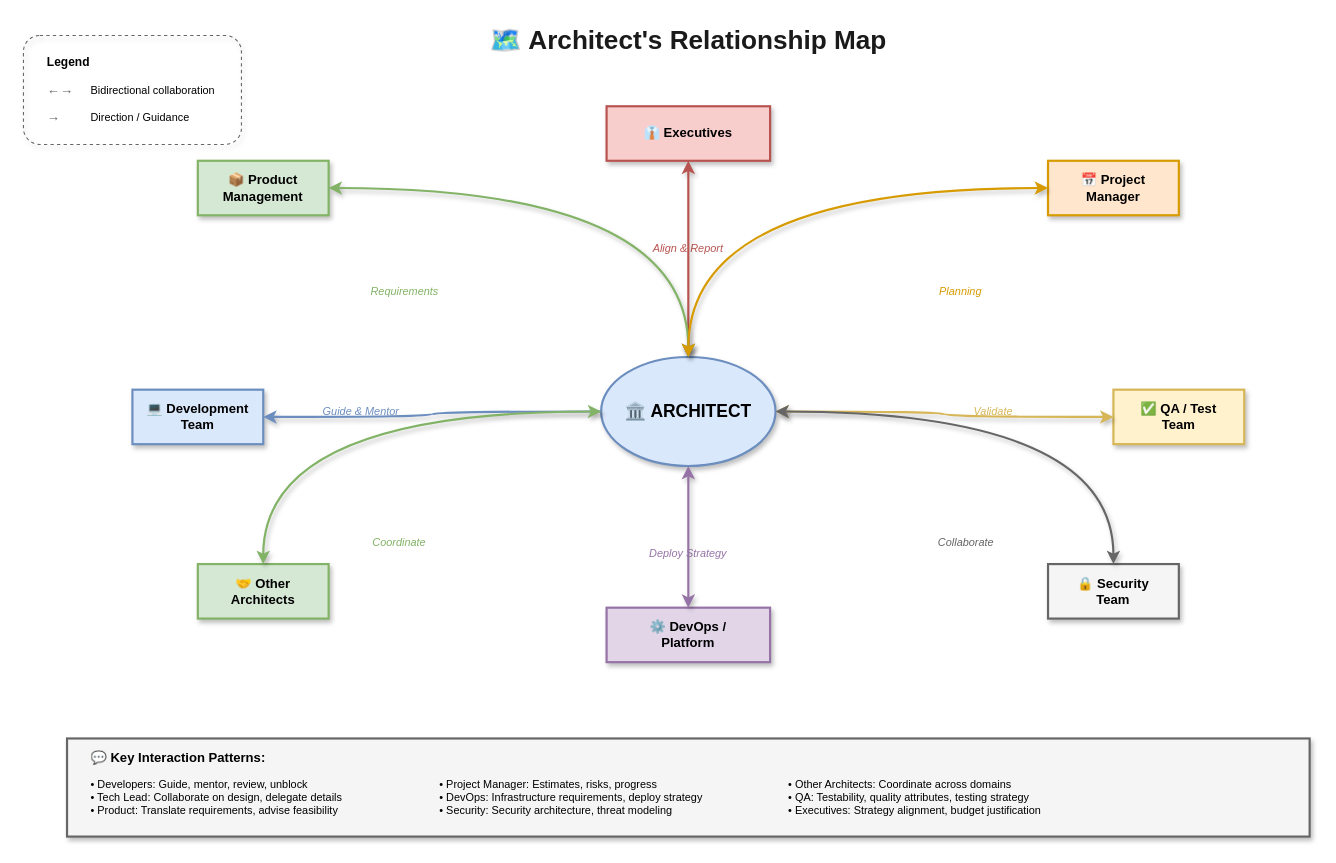
This is lesson-00-software-architect-overview/02-organizational-positioning/2.5-relationship-map.drawio from MrParkerZ7/mono-lesson-software-architect-x-claude, a draw.io file, before an edit. Source tidied: cells renumbered, new cells numbered last; positions are measured from the earlier drawing's top-left corner, leaving out a move shared by most shapes. Both pictures are drawn from the tidied source at 109%, with x=0, y=0 at pixel (23, 19).
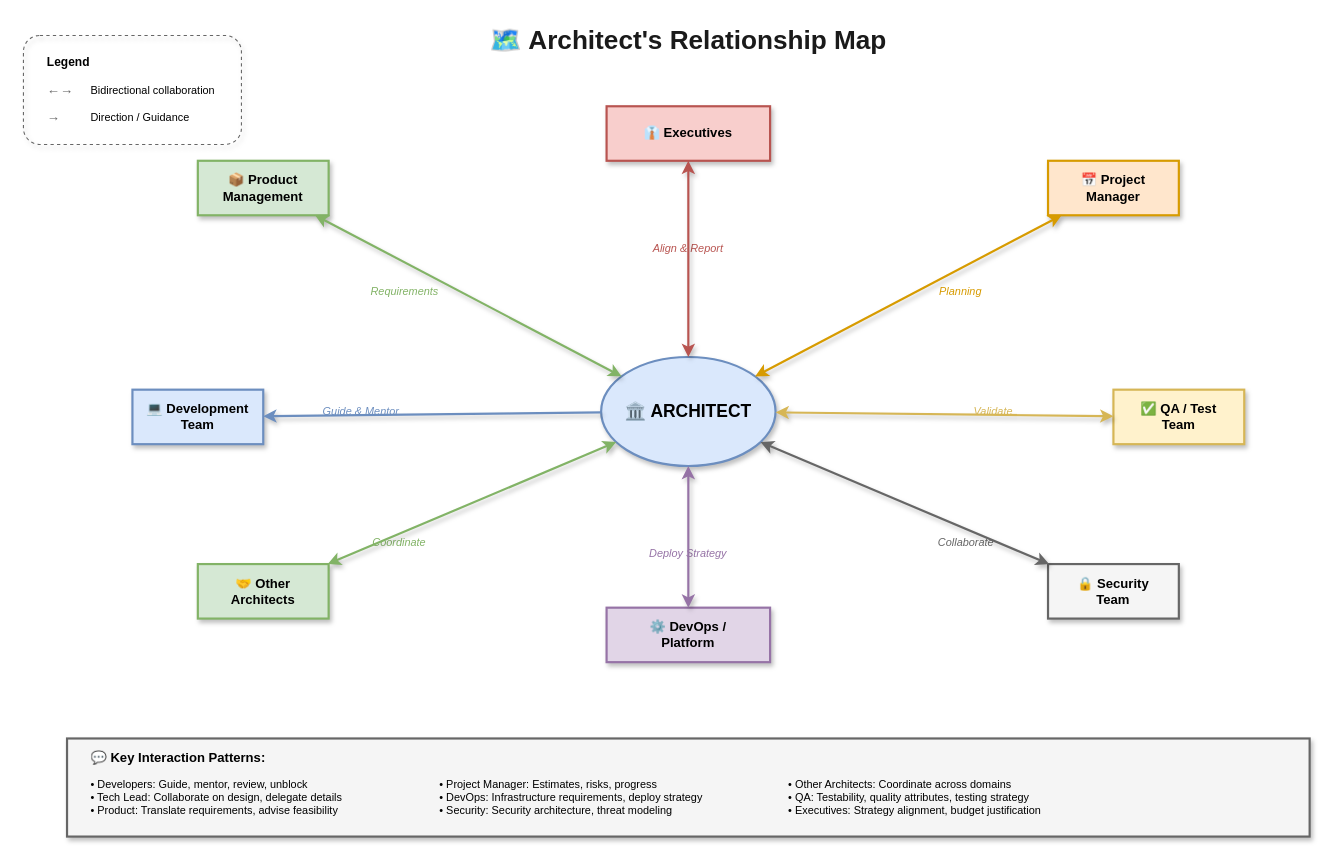
The same diagram, later.

Unchanged cells that the change refers to:
```xml
<mxCell id="3" value="🏛️ ARCHITECT" style="ellipse;whiteSpace=wrap;html=1;fillColor=#dae8fc;strokeColor=#6c8ebf;fontSize=16;fontStyle=1;shadow=1;strokeWidth=2;" parent="1" vertex="1">
  <mxGeometry x="530" y="310" width="160" height="100" as="geometry" />
</mxCell>
<mxCell id="4" value="👔 Executives" style="rounded=0;whiteSpace=wrap;html=1;fillColor=#f8cecc;strokeColor=#b85450;fontSize=12;fontStyle=1;shadow=1;strokeWidth=2;" parent="1" vertex="1">
  <mxGeometry x="535" y="80" width="150" height="50" as="geometry" />
</mxCell>
<mxCell id="7" value="📦 Product&#10;Management" style="rounded=0;whiteSpace=wrap;html=1;fillColor=#d5e8d4;strokeColor=#82b366;fontSize=12;fontStyle=1;shadow=1;strokeWidth=2;" parent="1" vertex="1">
  <mxGeometry x="160" y="130" width="120" height="50" as="geometry" />
</mxCell>
<mxCell id="10" value="📅 Project&#10;Manager" style="rounded=0;whiteSpace=wrap;html=1;fillColor=#ffe6cc;strokeColor=#d79b00;fontSize=12;fontStyle=1;shadow=1;strokeWidth=2;" parent="1" vertex="1">
  <mxGeometry x="940" y="130" width="120" height="50" as="geometry" />
</mxCell>
<mxCell id="13" value="💻 Development&#10;Team" style="rounded=0;whiteSpace=wrap;html=1;fillColor=#dae8fc;strokeColor=#6c8ebf;fontSize=12;fontStyle=1;shadow=1;strokeWidth=2;" parent="1" vertex="1">
  <mxGeometry x="100" y="340" width="120" height="50" as="geometry" />
</mxCell>
<mxCell id="16" value="⚙️ DevOps /&#10;Platform" style="rounded=0;whiteSpace=wrap;html=1;fillColor=#e1d5e7;strokeColor=#9673a6;fontSize=12;fontStyle=1;shadow=1;strokeWidth=2;" parent="1" vertex="1">
  <mxGeometry x="535" y="540" width="150" height="50" as="geometry" />
</mxCell>
<mxCell id="19" value="✅ QA / Test&#10;Team" style="rounded=0;whiteSpace=wrap;html=1;fillColor=#fff2cc;strokeColor=#d6b656;fontSize=12;fontStyle=1;shadow=1;strokeWidth=2;" parent="1" vertex="1">
  <mxGeometry x="1000" y="340" width="120" height="50" as="geometry" />
</mxCell>
<mxCell id="22" value="🤝 Other&#10;Architects" style="rounded=0;whiteSpace=wrap;html=1;fillColor=#d5e8d4;strokeColor=#82b366;fontSize=12;fontStyle=1;shadow=1;strokeWidth=2;" parent="1" vertex="1">
  <mxGeometry x="160" y="500" width="120" height="50" as="geometry" />
</mxCell>
<mxCell id="25" value="🔒 Security&#10;Team" style="rounded=0;whiteSpace=wrap;html=1;fillColor=#f5f5f5;strokeColor=#666666;fontSize=12;fontStyle=1;shadow=1;strokeWidth=2;" parent="1" vertex="1">
  <mxGeometry x="940" y="500" width="120" height="50" as="geometry" />
</mxCell>
```

Diff of the diagram source:
```diff
@@
-    <mxCell id="6" style="edgeStyle=orthogonalEdgeStyle;curved=1;rounded=0;html=1;strokeColor=#b85450;strokeWidth=2;endArrow=classic;startArrow=classic;jumpStyle=arc;jumpSize=10;shadow=1;" parent="1" edge="1" source="4" target="3">
+    <mxCell id="6" style="rounded=0;html=1;strokeColor=#b85450;strokeWidth=2;endArrow=classic;startArrow=classic;jumpStyle=arc;jumpSize=10;shadow=1;" parent="1" edge="1" source="4" target="3">
       <mxGeometry relative="1" as="geometry" />
     </mxCell>
@@
-    <mxCell id="9" style="edgeStyle=orthogonalEdgeStyle;curved=1;rounded=0;html=1;strokeColor=#82b366;strokeWidth=2;endArrow=classic;startArrow=classic;jumpStyle=arc;jumpSize=10;shadow=1;" parent="1" edge="1" source="7" target="3">
+    <mxCell id="9" style="rounded=0;html=1;strokeColor=#82b366;strokeWidth=2;endArrow=classic;startArrow=classic;jumpStyle=arc;jumpSize=10;shadow=1;" parent="1" edge="1" source="7" target="3">
       <mxGeometry relative="1" as="geometry" />
     </mxCell>
@@
-    <mxCell id="12" style="edgeStyle=orthogonalEdgeStyle;curved=1;rounded=0;html=1;strokeColor=#d79b00;strokeWidth=2;endArrow=classic;startArrow=classic;jumpStyle=arc;jumpSize=10;shadow=1;" parent="1" edge="1" source="10" target="3">
+    <mxCell id="12" style="rounded=0;html=1;strokeColor=#d79b00;strokeWidth=2;endArrow=classic;startArrow=classic;jumpStyle=arc;jumpSize=10;shadow=1;" parent="1" edge="1" source="10" target="3">
       <mxGeometry relative="1" as="geometry" />
     </mxCell>
@@
-    <mxCell id="15" style="edgeStyle=orthogonalEdgeStyle;curved=1;rounded=0;html=1;strokeColor=#6c8ebf;strokeWidth=2;endArrow=classic;jumpStyle=arc;jumpSize=10;shadow=1;flowAnimation=1;" parent="1" edge="1" source="3" target="13">
+    <mxCell id="15" style="rounded=0;html=1;strokeColor=#6c8ebf;strokeWidth=2;endArrow=classic;jumpStyle=arc;jumpSize=10;shadow=1;flowAnimation=1;" parent="1" edge="1" source="3" target="13">
       <mxGeometry relative="1" as="geometry" />
     </mxCell>
@@
-    <mxCell id="18" style="edgeStyle=orthogonalEdgeStyle;curved=1;rounded=0;html=1;strokeColor=#9673a6;strokeWidth=2;endArrow=classic;startArrow=classic;jumpStyle=arc;jumpSize=10;shadow=1;" parent="1" edge="1" source="3" target="16">
+    <mxCell id="18" style="rounded=0;html=1;strokeColor=#9673a6;strokeWidth=2;endArrow=classic;startArrow=classic;jumpStyle=arc;jumpSize=10;shadow=1;" parent="1" edge="1" source="3" target="16">
       <mxGeometry relative="1" as="geometry" />
     </mxCell>
@@
-    <mxCell id="21" style="edgeStyle=orthogonalEdgeStyle;curved=1;rounded=0;html=1;strokeColor=#d6b656;strokeWidth=2;endArrow=classic;startArrow=classic;jumpStyle=arc;jumpSize=10;shadow=1;" parent="1" edge="1" source="3" target="19">
+    <mxCell id="21" style="rounded=0;html=1;strokeColor=#d6b656;strokeWidth=2;endArrow=classic;startArrow=classic;jumpStyle=arc;jumpSize=10;shadow=1;" parent="1" edge="1" source="3" target="19">
       <mxGeometry relative="1" as="geometry" />
     </mxCell>
@@
-    <mxCell id="24" style="edgeStyle=orthogonalEdgeStyle;curved=1;rounded=0;html=1;strokeColor=#82b366;strokeWidth=2;endArrow=classic;startArrow=classic;jumpStyle=arc;jumpSize=10;shadow=1;" parent="1" edge="1" source="3" target="22">
+    <mxCell id="24" style="rounded=0;html=1;strokeColor=#82b366;strokeWidth=2;endArrow=classic;startArrow=classic;jumpStyle=arc;jumpSize=10;shadow=1;" parent="1" edge="1" source="3" target="22">
       <mxGeometry relative="1" as="geometry" />
     </mxCell>
@@
-    <mxCell id="27" style="edgeStyle=orthogonalEdgeStyle;curved=1;rounded=0;html=1;strokeColor=#666666;strokeWidth=2;endArrow=classic;startArrow=classic;jumpStyle=arc;jumpSize=10;shadow=1;" parent="1" edge="1" source="3" target="25">
+    <mxCell id="27" style="rounded=0;html=1;strokeColor=#666666;strokeWidth=2;endArrow=classic;startArrow=classic;jumpStyle=arc;jumpSize=10;shadow=1;" parent="1" edge="1" source="3" target="25">
       <mxGeometry relative="1" as="geometry" />
     </mxCell>
```
